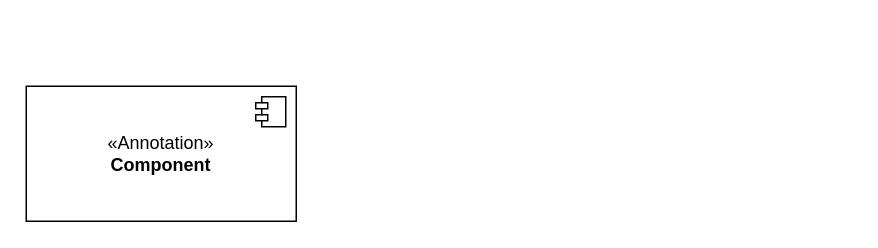
Above: Diagramma senza titolo.drawio in mathias885/BackendGroupApp (draw.io), before the change. Source tidied: cells renumbered, new cells numbered last; positions are measured from the earlier drawing's top-left corner, leaving out a move shared by most shapes. Both pictures are drawn from the tidied source at 150%, with x=0, y=0 at pixel (26, 86).
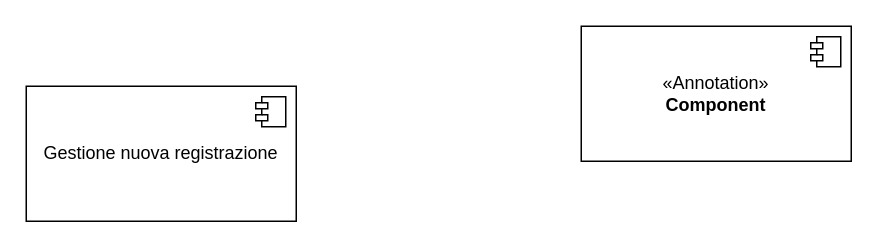
The same diagram, later.

Diff of the diagram source:
```diff
@@
 <mxGraphModel>
   <root>
     <mxCell id="0" />
     <mxCell id="1" parent="0" />
-    <mxCell id="2" value="&amp;laquo;Annotation&amp;raquo;&lt;br/&gt;&lt;b&gt;Component&lt;/b&gt;" style="html=1;whiteSpace=wrap;" parent="1" vertex="1">
+    <mxCell id="2" value="&lt;div&gt;Gestione nuova registrazione&lt;/div&gt;" style="html=1;whiteSpace=wrap;" parent="1" vertex="1">
       <mxGeometry width="180" height="90" as="geometry" />
     </mxCell>
     <mxCell id="3" style="shape=module;jettyWidth=8;jettyHeight=4;" parent="2" vertex="1">
       <mxGeometry x="1" width="20" height="20" relative="1" as="geometry">
         <mxPoint x="-27" y="7" as="offset" />
       </mxGeometry>
     </mxCell>
+    <mxCell id="4" value="&amp;laquo;Annotation&amp;raquo;&lt;br/&gt;&lt;b&gt;Component&lt;/b&gt;" style="html=1;whiteSpace=wrap;" parent="1" vertex="1">
+      <mxGeometry x="370" y="-40" width="180" height="90" as="geometry" />
+    </mxCell>
+    <mxCell id="5" style="shape=module;jettyWidth=8;jettyHeight=4;" parent="4" vertex="1">
+      <mxGeometry x="1" width="20" height="20" relative="1" as="geometry">
+        <mxPoint x="-27" y="7" as="offset" />
+      </mxGeometry>
+    </mxCell>
   </root>
 </mxGraphModel>
```
